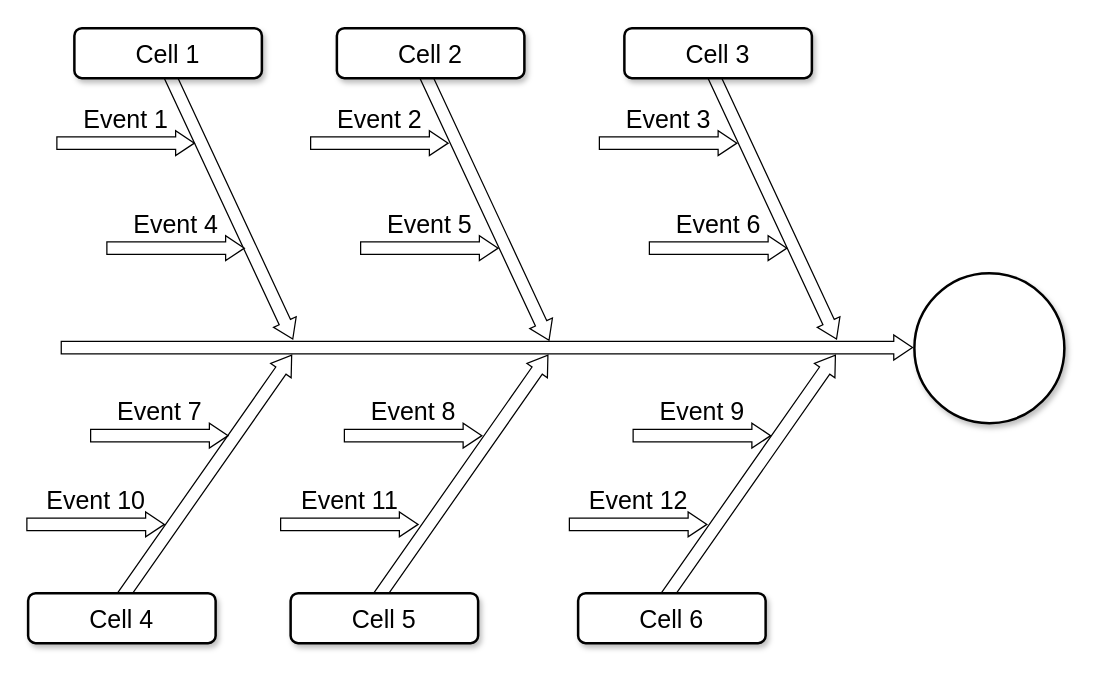
Earlier version of the draw.io diagram 抽成问题.drawio (assugang/chartflow). Source tidied: cells renumbered, new cells numbered last; positions are measured from the earlier drawing's top-left corner, leaving out a move shared by most shapes. Both pictures are drawn from the tidied source at 125%, with x=0, y=0 at pixel (28, -79).
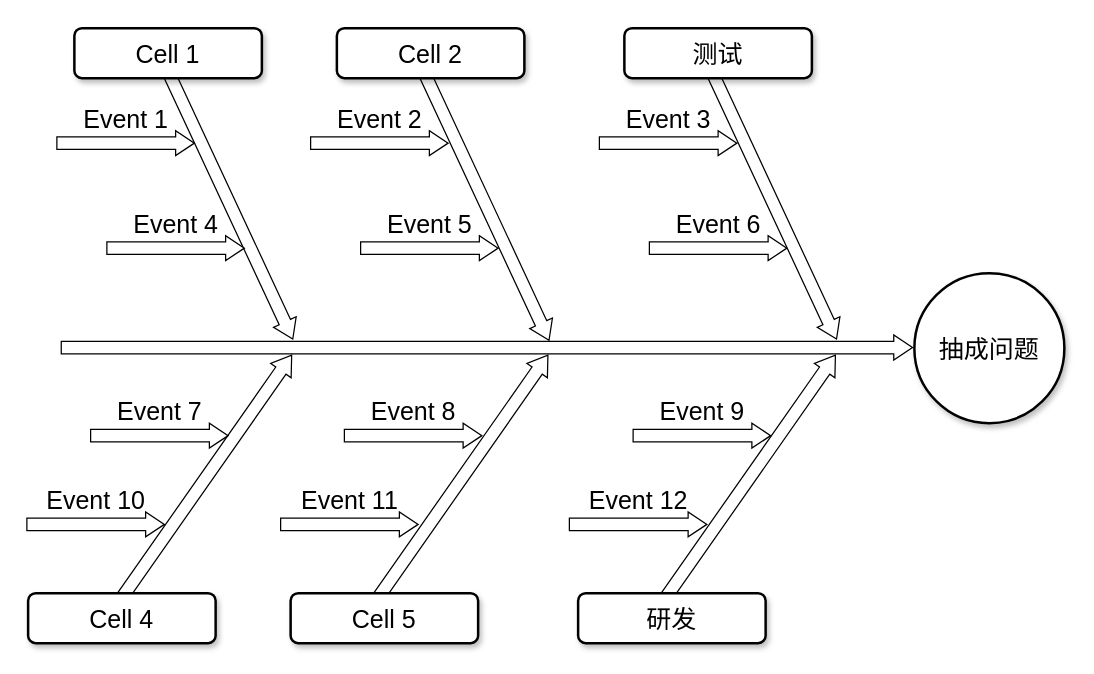
Above is the later version.

What changed in the source:
```diff
@@
-    <mxCell id="11" value="Cell 3" style="rounded=1;whiteSpace=wrap;html=1;shadow=1;strokeWidth=2;fontSize=20;" parent="1" vertex="1">
+    <mxCell id="11" value="测试" style="rounded=1;whiteSpace=wrap;html=1;shadow=1;strokeWidth=2;fontSize=20;" parent="1" vertex="1">
       <mxGeometry x="477" y="85" width="150" height="40" as="geometry" />
     </mxCell>
@@
-    <mxCell id="14" value="Cell 6" style="rounded=1;whiteSpace=wrap;html=1;shadow=1;strokeWidth=2;fontSize=20;" parent="1" vertex="1">
+    <mxCell id="14" value="研发" style="rounded=1;whiteSpace=wrap;html=1;shadow=1;strokeWidth=2;fontSize=20;" parent="1" vertex="1">
       <mxGeometry x="440" y="537" width="150" height="40" as="geometry" />
     </mxCell>
-    <mxCell id="15" style="ellipse;whiteSpace=wrap;html=1;rounded=1;shadow=1;strokeWidth=2;fontSize=20;" parent="1" vertex="1">
+    <mxCell id="15" value="抽成问题" style="ellipse;whiteSpace=wrap;html=1;rounded=1;shadow=1;strokeWidth=2;fontSize=20;" parent="1" vertex="1">
       <mxGeometry x="709" y="281" width="120" height="120" as="geometry" />
     </mxCell>
```
